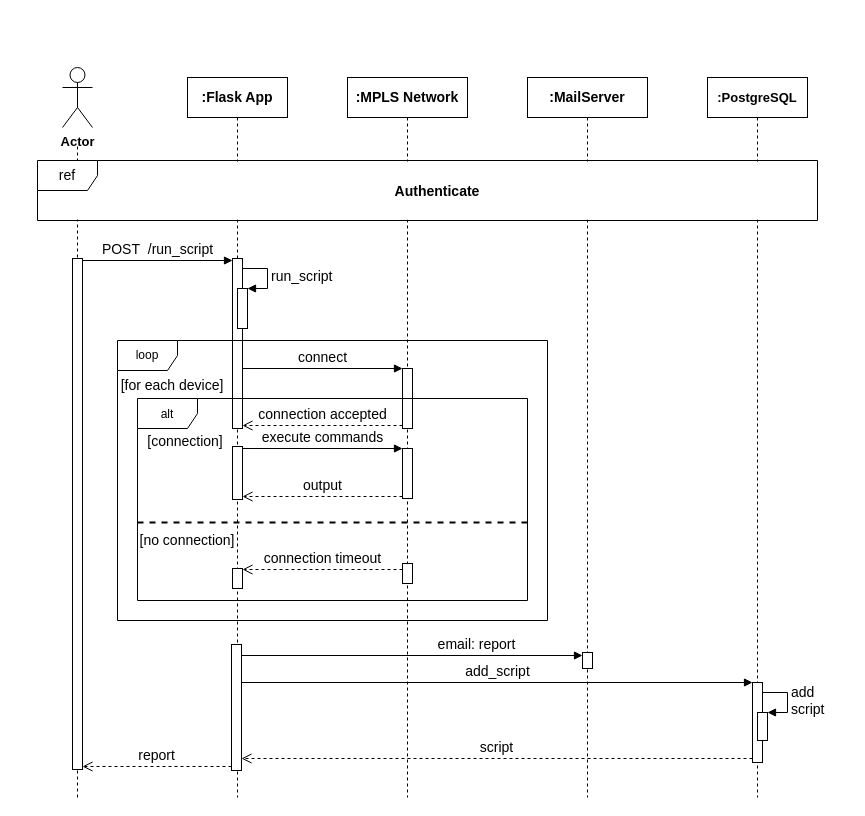
DrXneaky/Diagram keeps this draw.io diagram as sequence_run_script.drawio. Above is the earlier version. Source tidied: cells renumbered, new cells numbered last; positions are measured from the earlier drawing's top-left corner, leaving out a move shared by most shapes. Both pictures are drawn from the tidied source at 100%, with x=0, y=0 at pixel (37, 67).
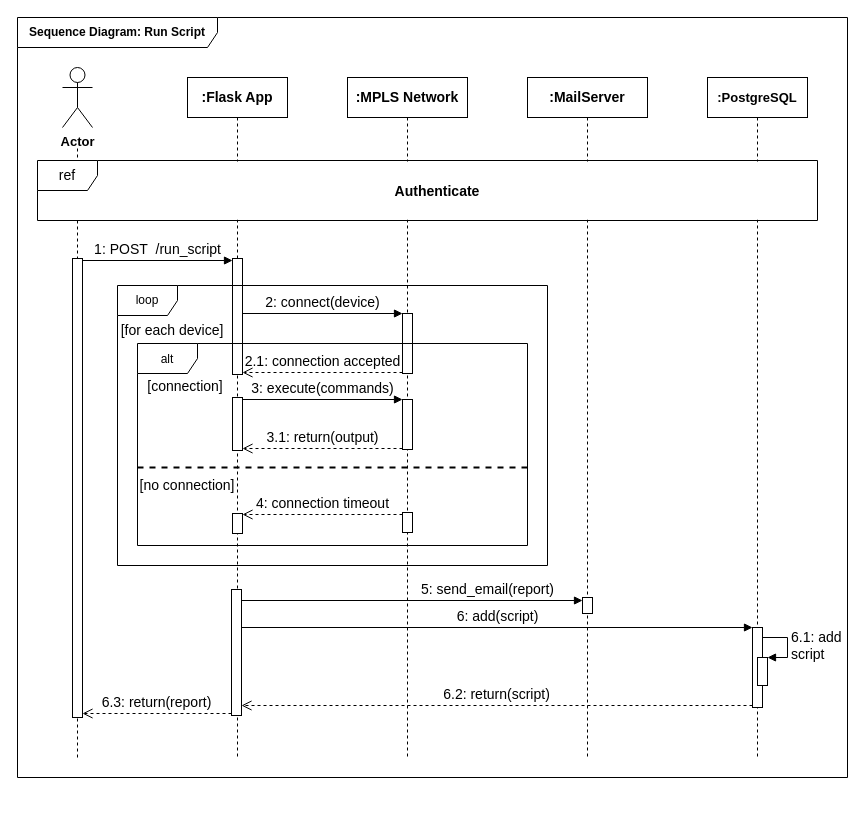
The same diagram, later.

Diff of the diagram source:
```diff
@@
+    <mxCell id="40" value="&lt;font face=&quot;Old Standard TT&quot;&gt;&lt;b&gt;Sequence Diagram: Run Script&lt;/b&gt;&lt;/font&gt;" style="shape=umlFrame;whiteSpace=wrap;html=1;width=200;height=30;" parent="1" vertex="1">
+      <mxGeometry x="-20" y="-50" width="830" height="760" as="geometry" />
+    </mxCell>
     <mxCell id="2" style="endArrow=none;dashed=1;html=1;" parent="1" edge="1">
       <mxGeometry relative="1" as="geometry">
-        <mxPoint x="40" y="730" as="sourcePoint" />
+        <mxPoint x="40" y="690" as="sourcePoint" />
         <mxPoint x="40" y="78" as="targetPoint" />
       </mxGeometry>
     </mxCell>
     <mxCell id="3" value="&lt;font face=&quot;Old Standard TT&quot; size=&quot;1&quot;&gt;&lt;b style=&quot;font-size: 14px&quot;&gt;:MailServer&lt;/b&gt;&lt;/font&gt;" style="shape=umlLifeline;perimeter=lifelinePerimeter;whiteSpace=wrap;html=1;" parent="1" vertex="1">
-      <mxGeometry x="490" y="10" width="120" height="720" as="geometry" />
+      <mxGeometry x="490" y="10" width="120" height="680" as="geometry" />
     </mxCell>
     <mxCell id="4" style="html=1;perimeter=orthogonalPerimeter;strokeWidth=1;fontFamily=Old Standard TT;fontSize=14;" parent="3" vertex="1">
-      <mxGeometry x="55" y="575" width="10" height="16" as="geometry" />
+      <mxGeometry x="55" y="520" width="10" height="16" as="geometry" />
     </mxCell>
     <mxCell id="5" value="&lt;font face=&quot;Old Standard TT&quot; size=&quot;1&quot;&gt;&lt;b style=&quot;font-size: 13px&quot;&gt;:PostgreSQL&lt;/b&gt;&lt;/font&gt;" style="shape=umlLifeline;perimeter=lifelinePerimeter;whiteSpace=wrap;html=1;" parent="1" vertex="1">
-      <mxGeometry x="670" y="10" width="100" height="720" as="geometry" />
+      <mxGeometry x="670" y="10" width="100" height="680" as="geometry" />
     </mxCell>
     <mxCell id="6" style="html=1;points=[];perimeter=orthogonalPerimeter;strokeWidth=1;fontFamily=Old Standard TT;fontSize=14;" parent="5" vertex="1">
-      <mxGeometry x="45" y="605" width="10" height="80" as="geometry" />
+      <mxGeometry x="45" y="550" width="10" height="80" as="geometry" />
     </mxCell>
     <mxCell id="7" style="html=1;points=[];perimeter=orthogonalPerimeter;strokeWidth=1;fontFamily=Old Standard TT;fontSize=14;" parent="5" vertex="1">
-      <mxGeometry x="50" y="635" width="10" height="28" as="geometry" />
+      <mxGeometry x="50" y="580" width="10" height="28" as="geometry" />
     </mxCell>
-    <mxCell id="8" value="add&lt;br&gt;script" style="edgeStyle=orthogonalEdgeStyle;html=1;align=left;spacingLeft=2;endArrow=block;rounded=0;entryX=1;entryY=0;labelBackgroundColor=none;fontFamily=Old Standard TT;fontSize=14;" parent="5" edge="1" target="7">
+    <mxCell id="8" value="6.1: add&lt;br&gt;script" style="edgeStyle=orthogonalEdgeStyle;html=1;align=left;spacingLeft=2;endArrow=block;rounded=0;entryX=1;entryY=0;labelBackgroundColor=none;fontFamily=Old Standard TT;fontSize=14;" parent="5" edge="1" target="7">
       <mxGeometry relative="1" as="geometry">
-        <mxPoint x="55" y="615" as="sourcePoint" />
+        <mxPoint x="55" y="560" as="sourcePoint" />
         <Array as="points">
-          <mxPoint x="80" y="615" />
+          <mxPoint x="80" y="560" />
         </Array>
       </mxGeometry>
     </mxCell>
@@
     <mxCell id="10" value="&lt;font face=&quot;Old Standard TT&quot; size=&quot;1&quot;&gt;&lt;b style=&quot;font-size: 14px&quot;&gt;:Flask App&lt;/b&gt;&lt;/font&gt;" style="shape=umlLifeline;perimeter=lifelinePerimeter;whiteSpace=wrap;html=1;" parent="1" vertex="1">
-      <mxGeometry x="150" y="10" width="100" height="720" as="geometry" />
+      <mxGeometry x="150" y="10" width="100" height="680" as="geometry" />
     </mxCell>
     <mxCell id="11" style="html=1;points=[];perimeter=orthogonalPerimeter;" parent="10" vertex="1">
-      <mxGeometry x="45" y="181" width="10" height="170" as="geometry" />
+      <mxGeometry x="45" y="181" width="10" height="116" as="geometry" />
     </mxCell>
-    <mxCell id="12" style="html=1;points=[];perimeter=orthogonalPerimeter;" parent="10" vertex="1">
-      <mxGeometry x="50" y="211" width="10" height="40" as="geometry" />
-    </mxCell>
-    <mxCell id="13" value="&lt;font face=&quot;Old Standard TT&quot; style=&quot;font-size: 14px&quot;&gt;run_script&lt;/font&gt;" style="edgeStyle=orthogonalEdgeStyle;html=1;align=left;spacingLeft=2;endArrow=block;rounded=0;entryX=1;entryY=0;" parent="10" edge="1" target="12">
-      <mxGeometry relative="1" as="geometry">
-        <mxPoint x="55" y="191" as="sourcePoint" />
-        <Array as="points">
-          <mxPoint x="80" y="191" />
-        </Array>
-      </mxGeometry>
-    </mxCell>
     <mxCell id="14" style="html=1;points=[];perimeter=orthogonalPerimeter;fontFamily=Old Standard TT;fontSize=14;" parent="10" vertex="1">
-      <mxGeometry x="45" y="369" width="10" height="53" as="geometry" />
+      <mxGeometry x="45" y="320" width="10" height="53" as="geometry" />
     </mxCell>
     <mxCell id="15" style="html=1;points=[];perimeter=orthogonalPerimeter;strokeWidth=1;fontFamily=Old Standard TT;fontSize=14;" parent="10" vertex="1">
-      <mxGeometry x="45" y="491" width="10" height="20" as="geometry" />
+      <mxGeometry x="45" y="436" width="10" height="20" as="geometry" />
     </mxCell>
     <mxCell id="16" style="html=1;points=[];perimeter=orthogonalPerimeter;strokeWidth=1;fontFamily=Old Standard TT;fontSize=14;" parent="10" vertex="1">
-      <mxGeometry x="44" y="567" width="10" height="126" as="geometry" />
+      <mxGeometry x="44" y="512" width="10" height="126" as="geometry" />
     </mxCell>
-    <mxCell id="17" value="&lt;font face=&quot;Old Standard TT&quot; style=&quot;font-size: 14px&quot;&gt;POST&amp;nbsp; /run_script&lt;/font&gt;" style="html=1;verticalAlign=bottom;endArrow=block;" parent="1" edge="1">
+    <mxCell id="17" value="&lt;font face=&quot;Old Standard TT&quot; style=&quot;font-size: 14px&quot;&gt;1: POST&amp;nbsp; /run_script&lt;/font&gt;" style="html=1;verticalAlign=bottom;endArrow=block;labelBackgroundColor=none;" parent="1" edge="1">
       <mxGeometry relative="1" as="geometry">
         <mxPoint x="45" y="193" as="sourcePoint" />
         <mxPoint x="195" y="193" as="targetPoint" />
       </mxGeometry>
     </mxCell>
     <mxCell id="18" style="html=1;perimeter=orthogonalPerimeter;" parent="1" vertex="1">
-      <mxGeometry x="35" y="191" width="10" height="511" as="geometry" />
+      <mxGeometry x="35" y="191" width="10" height="459" as="geometry" />
     </mxCell>
     <mxCell id="19" value="&lt;font face=&quot;Old Standard TT&quot; size=&quot;1&quot;&gt;&lt;b style=&quot;font-size: 14px&quot;&gt;:MPLS Network&lt;/b&gt;&lt;/font&gt;" style="shape=umlLifeline;perimeter=lifelinePerimeter;whiteSpace=wrap;html=1;" parent="1" vertex="1">
-      <mxGeometry x="310" y="10" width="120" height="720" as="geometry" />
+      <mxGeometry x="310" y="10" width="120" height="680" as="geometry" />
     </mxCell>
     <mxCell id="20" style="html=1;points=[];perimeter=orthogonalPerimeter;fontFamily=Old Standard TT;fontSize=14;" parent="19" vertex="1">
-      <mxGeometry x="55" y="291" width="10" height="60" as="geometry" />
+      <mxGeometry x="55" y="236" width="10" height="60" as="geometry" />
     </mxCell>
     <mxCell id="21" style="html=1;points=[];perimeter=orthogonalPerimeter;fontFamily=Old Standard TT;fontSize=14;" parent="19" vertex="1">
-      <mxGeometry x="55" y="371" width="10" height="50" as="geometry" />
+      <mxGeometry x="55" y="322" width="10" height="50" as="geometry" />
     </mxCell>
-    <mxCell id="22" value="output" style="html=1;verticalAlign=bottom;endArrow=open;dashed=1;endSize=8;exitX=0;exitY=0.95;fontFamily=Old Standard TT;fontSize=14;" parent="19" edge="1" target="14">
+    <mxCell id="22" value="3.1: return(output)" style="html=1;verticalAlign=bottom;endArrow=open;dashed=1;endSize=8;exitX=0;exitY=0.95;fontFamily=Old Standard TT;fontSize=14;labelBackgroundColor=none;" parent="19" edge="1">
       <mxGeometry relative="1" as="geometry">
-        <mxPoint x="55" y="419" as="sourcePoint" />
+        <mxPoint x="55" y="371" as="sourcePoint" />
+        <mxPoint x="-105" y="371" as="targetPoint" />
       </mxGeometry>
     </mxCell>
     <mxCell id="23" style="html=1;perimeter=orthogonalPerimeter;strokeWidth=1;fontFamily=Old Standard TT;fontSize=14;" parent="19" vertex="1">
-      <mxGeometry x="55" y="486" width="10" height="20" as="geometry" />
+      <mxGeometry x="55" y="435" width="10" height="20" as="geometry" />
     </mxCell>
     <mxCell id="24" value="[for each device]" style="text;align=center;fontStyle=0;verticalAlign=middle;spacingLeft=3;spacingRight=3;strokeColor=none;fontFamily=Old Standard TT;fontSize=14;" parent="1" vertex="1">
-      <mxGeometry x="80" y="304" width="110" height="26" as="geometry" />
+      <mxGeometry x="80" y="249" width="110" height="26" as="geometry" />
     </mxCell>
-    <mxCell id="25" value="connect" style="html=1;verticalAlign=bottom;endArrow=block;entryX=0;entryY=0;fontFamily=Old Standard TT;fontSize=14;" parent="1" edge="1" target="20">
+    <mxCell id="25" value="2: connect(device)" style="html=1;verticalAlign=bottom;endArrow=block;entryX=0;entryY=0;fontFamily=Old Standard TT;fontSize=14;labelBackgroundColor=none;" parent="1" edge="1" target="20">
       <mxGeometry relative="1" as="geometry">
-        <mxPoint x="205" y="301" as="sourcePoint" />
+        <mxPoint x="205" y="246" as="sourcePoint" />
       </mxGeometry>
     </mxCell>
-    <mxCell id="26" value="connection accepted" style="html=1;verticalAlign=bottom;endArrow=open;dashed=1;endSize=8;exitX=0;exitY=0.95;fontFamily=Old Standard TT;fontSize=14;" parent="1" edge="1" source="20" target="11">
-      <mxGeometry relative="1" as="geometry" />
+    <mxCell id="26" value="2.1: connection accepted" style="html=1;verticalAlign=bottom;endArrow=open;dashed=1;endSize=8;exitX=0;exitY=0.95;fontFamily=Old Standard TT;fontSize=14;labelBackgroundColor=none;" parent="1" edge="1">
+      <mxGeometry relative="1" as="geometry">
+        <mxPoint x="365" y="305" as="sourcePoint" />
+        <mxPoint x="205" y="305" as="targetPoint" />
+      </mxGeometry>
     </mxCell>
-    <mxCell id="27" value="execute commands" style="html=1;verticalAlign=bottom;endArrow=block;entryX=0;entryY=0;fontFamily=Old Standard TT;fontSize=14;" parent="1" edge="1" source="14" target="21">
-      <mxGeometry relative="1" as="geometry" />
+    <mxCell id="27" value="3: execute(commands)" style="html=1;verticalAlign=bottom;endArrow=block;entryX=0;entryY=0;fontFamily=Old Standard TT;fontSize=14;labelBackgroundColor=none;" parent="1" edge="1">
+      <mxGeometry relative="1" as="geometry">
+        <mxPoint x="205" y="332" as="sourcePoint" />
+        <mxPoint x="365" y="332" as="targetPoint" />
+      </mxGeometry>
     </mxCell>
     <mxCell id="28" style="line;strokeWidth=2;fillColor=none;align=left;verticalAlign=middle;spacingTop=-1;spacingLeft=3;spacingRight=3;labelPosition=right;fontFamily=Old Standard TT;fontSize=14;dashed=1;" parent="1" vertex="1">
-      <mxGeometry x="100" y="451" width="390" height="8" as="geometry" />
+      <mxGeometry x="100" y="396" width="390" height="8" as="geometry" />
     </mxCell>
     <mxCell id="29" value="[connection]" style="text;align=center;fontStyle=0;verticalAlign=middle;spacingLeft=3;spacingRight=3;strokeColor=none;fontFamily=Old Standard TT;fontSize=14;" parent="1" vertex="1">
-      <mxGeometry x="108" y="360" width="80" height="26" as="geometry" />
+      <mxGeometry x="108" y="305" width="80" height="26" as="geometry" />
     </mxCell>
     <mxCell id="30" value="[no connection]" style="text;align=center;fontStyle=0;verticalAlign=middle;spacingLeft=3;spacingRight=3;strokeColor=none;fontFamily=Old Standard TT;fontSize=14;" parent="1" vertex="1">
-      <mxGeometry x="110" y="462" width="80" height="19" as="geometry" />
+      <mxGeometry x="110" y="407" width="80" height="19" as="geometry" />
     </mxCell>
-    <mxCell id="31" value="connection timeout" style="html=1;verticalAlign=bottom;endArrow=open;dashed=1;endSize=8;fontFamily=Old Standard TT;fontSize=14;" parent="1" edge="1" target="15">
+    <mxCell id="31" value="4: connection timeout" style="html=1;verticalAlign=bottom;endArrow=open;dashed=1;endSize=8;fontFamily=Old Standard TT;fontSize=14;labelBackgroundColor=none;" parent="1" edge="1" target="15">
       <mxGeometry relative="1" as="geometry">
-        <mxPoint x="365" y="502" as="sourcePoint" />
+        <mxPoint x="365" y="447" as="sourcePoint" />
       </mxGeometry>
     </mxCell>
-    <mxCell id="32" value="email: report" style="html=1;verticalAlign=bottom;endArrow=block;labelBackgroundColor=none;fontFamily=Old Standard TT;fontSize=14;" parent="1" edge="1">
-      <mxGeometry x="0.38" relative="1" as="geometry">
-        <mxPoint x="204" y="588" as="sourcePoint" />
-        <mxPoint x="545" y="588" as="targetPoint" />
+    <mxCell id="32" value="5: send_email(report)" style="html=1;verticalAlign=bottom;endArrow=block;labelBackgroundColor=none;fontFamily=Old Standard TT;fontSize=14;" parent="1" edge="1">
+      <mxGeometry x="0.44" relative="1" as="geometry">
+        <mxPoint x="204" y="533" as="sourcePoint" />
+        <mxPoint x="545" y="533" as="targetPoint" />
       </mxGeometry>
     </mxCell>
-    <mxCell id="33" value="add_script" style="html=1;verticalAlign=bottom;endArrow=block;entryX=0;entryY=0;labelBackgroundColor=none;fontFamily=Old Standard TT;fontSize=14;" parent="1" edge="1" target="6">
+    <mxCell id="33" value="6: add(script)" style="html=1;verticalAlign=bottom;endArrow=block;entryX=0;entryY=0;labelBackgroundColor=none;fontFamily=Old Standard TT;fontSize=14;" parent="1" edge="1" target="6">
       <mxGeometry relative="1" as="geometry">
-        <mxPoint x="204" y="615" as="sourcePoint" />
+        <mxPoint x="204" y="560" as="sourcePoint" />
       </mxGeometry>
     </mxCell>
-    <mxCell id="34" value="script" style="html=1;verticalAlign=bottom;endArrow=open;dashed=1;endSize=8;exitX=0;exitY=0.95;labelBackgroundColor=none;fontFamily=Old Standard TT;fontSize=14;" parent="1" edge="1" source="6" target="16">
-      <mxGeometry relative="1" as="geometry" />
+    <mxCell id="34" value="6.2: return(script)" style="html=1;verticalAlign=bottom;endArrow=open;dashed=1;endSize=8;exitX=0;exitY=0.95;labelBackgroundColor=none;fontFamily=Old Standard TT;fontSize=14;" parent="1" edge="1">
+      <mxGeometry relative="1" as="geometry">
+        <mxPoint x="715" y="638" as="sourcePoint" />
+        <mxPoint x="204" y="638" as="targetPoint" />
+      </mxGeometry>
     </mxCell>
-    <mxCell id="35" value="report" style="html=1;verticalAlign=bottom;endArrow=open;dashed=1;endSize=8;labelBackgroundColor=none;fontFamily=Old Standard TT;fontSize=14;" parent="1" edge="1">
+    <mxCell id="35" value="6.3: return(report)" style="html=1;verticalAlign=bottom;endArrow=open;dashed=1;endSize=8;labelBackgroundColor=none;fontFamily=Old Standard TT;fontSize=14;" parent="1" edge="1">
       <mxGeometry relative="1" as="geometry">
-        <mxPoint x="194" y="699" as="sourcePoint" />
-        <mxPoint x="45" y="699" as="targetPoint" />
+        <mxPoint x="194" y="646" as="sourcePoint" />
+        <mxPoint x="45" y="646" as="targetPoint" />
       </mxGeometry>
     </mxCell>
@@
     <mxCell id="38" value="&lt;span style=&quot;font-family: &amp;#34;helvetica&amp;#34; ; font-size: 12px&quot;&gt;alt&lt;/span&gt;" style="shape=umlFrame;whiteSpace=wrap;html=1;fontFamily=Old Standard TT;fontSize=14;" parent="1" vertex="1">
-      <mxGeometry x="100" y="331" width="390" height="202" as="geometry" />
+      <mxGeometry x="100" y="276" width="390" height="202" as="geometry" />
     </mxCell>
     <mxCell id="39" value="loop" style="shape=umlFrame;whiteSpace=wrap;html=1;" parent="1" vertex="1">
-      <mxGeometry x="80" y="273" width="430" height="280" as="geometry" />
+      <mxGeometry x="80" y="218" width="430" height="280" as="geometry" />
     </mxCell>
```
